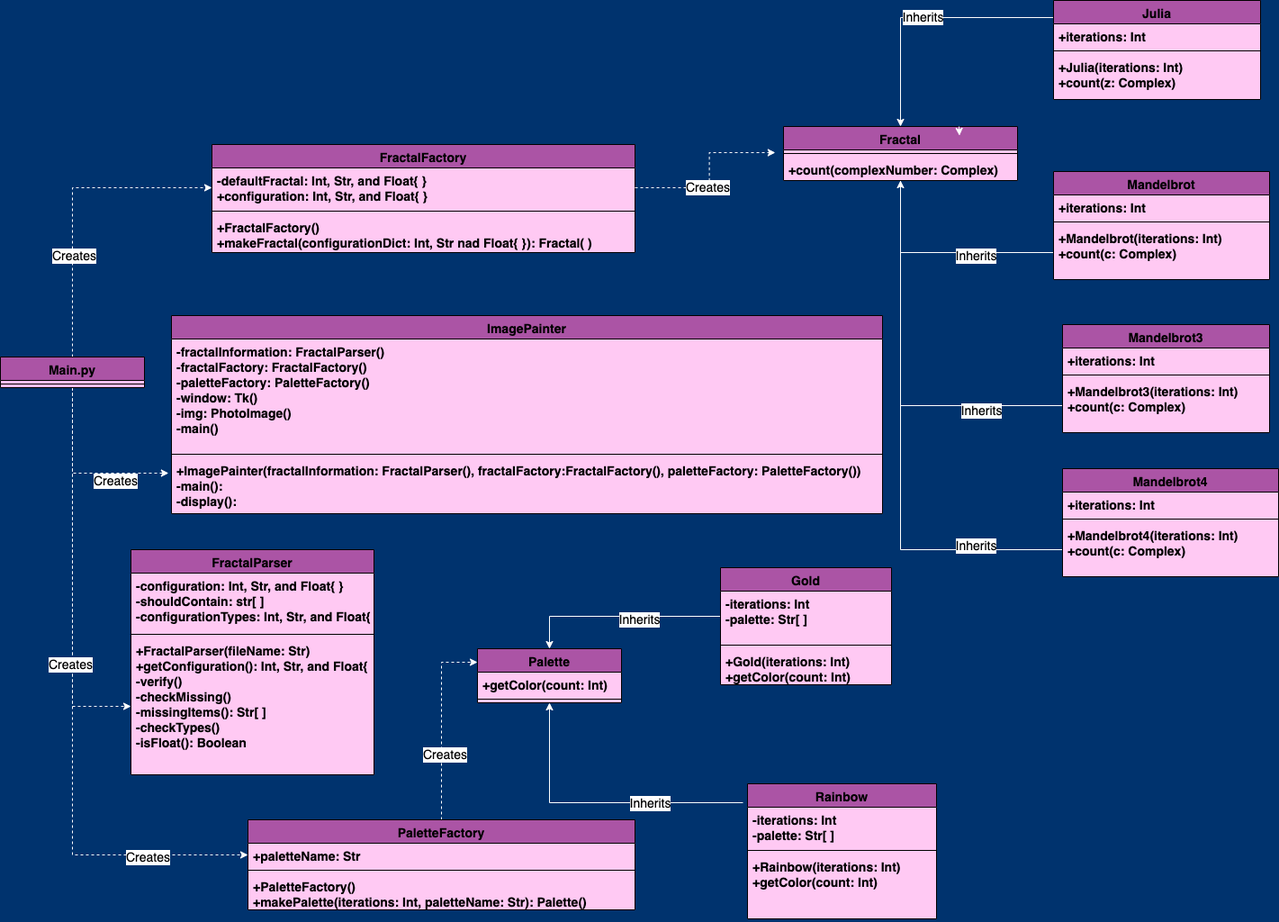
Earlier version of the draw.io export doc/phase_2_UML.png (gavin-robey/fractal_visualizer). Source tidied: cells renumbered, new cells last; positions are measured from the earlier drawing's top-left corner, leaving out a move shared by most shapes.
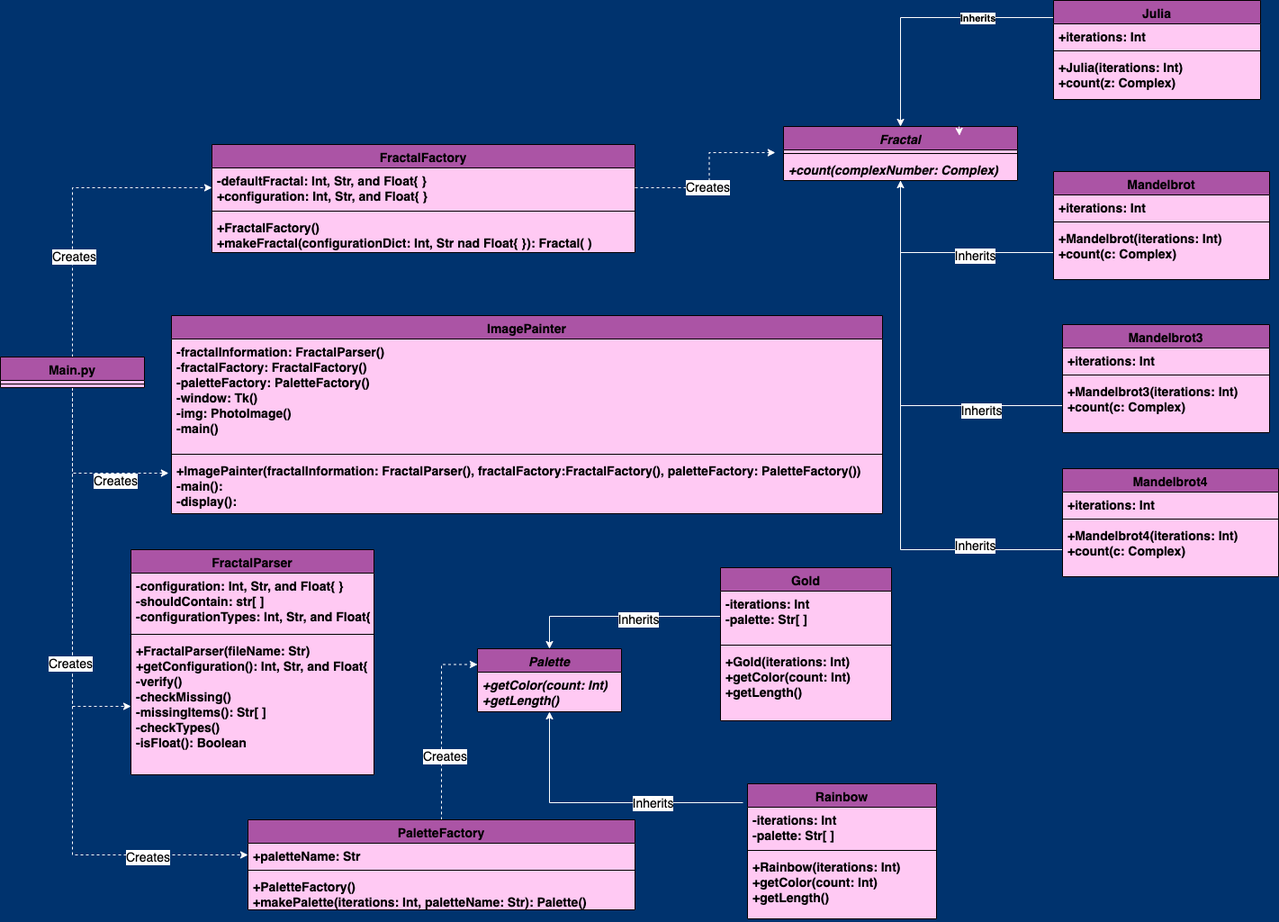
The same file after the commit.

Commit message:
Updated UML to reflect change

Diff of the diagram source:
```diff
@@ -92,9 +92,14 @@
     <mxCell id="29" value="+ImagePainter(fractalInformation: FractalParser(), fractalFactory:FractalFactory(), paletteFactory: PaletteFactory())&#10;-main():&#10;-display():" style="text;strokeColor=none;fillColor=none;align=left;verticalAlign=top;spacingLeft=4;spacingRight=4;overflow=hidden;points=[[0,0.5],[1,0.5]];portConstraint=eastwest;swimlaneFillColor=#FFC9F3;fontStyle=1;fontSize=14;" parent="26" vertex="1">
       <mxGeometry y="158" width="790" height="62" as="geometry" />
     </mxCell>
-    <mxCell id="30" value="Inherits" style="edgeStyle=orthogonalEdgeStyle;rounded=0;jettySize=auto;html=1;entryX=0.004;entryY=-0.269;entryDx=0;entryDy=0;entryPerimeter=0;fontSize=14;strokeColor=#FFFFFF;startArrow=classic;startFill=1;endArrow=none;endFill=0;" parent="1" edge="1" source="37" target="49">
+    <mxCell id="30" style="edgeStyle=orthogonalEdgeStyle;rounded=0;jettySize=auto;html=1;entryX=0.004;entryY=-0.269;entryDx=0;entryDy=0;entryPerimeter=0;fontSize=14;strokeColor=#FFFFFF;startArrow=classic;startFill=1;endArrow=none;endFill=0;" parent="1" edge="1" source="37" target="49">
       <mxGeometry relative="1" as="geometry" />
     </mxCell>
+    <mxCell id="74" value="&lt;b&gt;Inherits&lt;/b&gt;" style="edgeLabel;html=1;align=center;verticalAlign=middle;" parent="30" vertex="1">
+      <mxGeometry x="0.41" relative="1" as="geometry">
+        <mxPoint x="1" as="offset" />
+      </mxGeometry>
+    </mxCell>
     <mxCell id="31" style="edgeStyle=orthogonalEdgeStyle;rounded=0;jettySize=auto;html=1;fontSize=14;strokeColor=#FFFFFF;startArrow=classic;startFill=1;endArrow=none;endFill=0;" parent="1" edge="1" source="37" target="55">
       <mxGeometry relative="1" as="geometry" />
     </mxCell>
@@ -119,13 +124,13 @@
         <mxPoint x="-1" as="offset" />
       </mxGeometry>
     </mxCell>
-    <mxCell id="37" value="Fractal" style="swimlane;fontStyle=1;align=center;verticalAlign=top;horizontal=1;startSize=26;fillColor=#AB54A5;swimlaneFillColor=#FFC9F3;fontSize=14;" parent="1" vertex="1">
+    <mxCell id="37" value="Fractal" style="swimlane;fontStyle=3;align=center;verticalAlign=top;horizontal=1;startSize=26;fillColor=#AB54A5;swimlaneFillColor=#FFC9F3;fontSize=14;" parent="1" vertex="1">
       <mxGeometry x="870" y="140" width="260" height="60" as="geometry" />
     </mxCell>
     <mxCell id="38" style="line;strokeWidth=1;fillColor=none;align=left;verticalAlign=middle;spacingTop=-1;spacingLeft=3;spacingRight=3;labelPosition=right;swimlaneFillColor=#FFC9F3;fontStyle=1;fontSize=14;" parent="37" vertex="1">
       <mxGeometry y="26" width="260" height="8" as="geometry" />
     </mxCell>
-    <mxCell id="39" value="+count(complexNumber: Complex)" style="text;strokeColor=none;fillColor=none;align=left;verticalAlign=top;spacingLeft=4;spacingRight=4;overflow=hidden;points=[[0,0.5],[1,0.5]];portConstraint=eastwest;swimlaneFillColor=#FFC9F3;fontStyle=1;fontSize=14;" parent="37" vertex="1">
+    <mxCell id="39" value="+count(complexNumber: Complex)" style="text;strokeColor=none;fillColor=none;align=left;verticalAlign=top;spacingLeft=4;spacingRight=4;overflow=hidden;points=[[0,0.5],[1,0.5]];portConstraint=eastwest;swimlaneFillColor=#FFC9F3;fontStyle=3;fontSize=14;" parent="37" vertex="1">
       <mxGeometry y="34" width="260" height="26" as="geometry" />
     </mxCell>
     <mxCell id="40" style="edgeStyle=orthogonalEdgeStyle;rounded=0;jettySize=auto;html=1;fontSize=14;strokeColor=#FFFFFF;startArrow=classic;startFill=1;endArrow=none;endFill=0;" parent="1" edge="1" source="44" target="69">
@@ -142,15 +147,12 @@
     <mxCell id="43" value="Inherits" style="edgeLabel;html=1;align=center;verticalAlign=middle;fontSize=14;" parent="42" vertex="1">
       <mxGeometry x="0.36" relative="1" as="geometry" />
     </mxCell>
-    <mxCell id="44" value="Palette" style="swimlane;fontStyle=1;align=center;verticalAlign=top;horizontal=1;startSize=26;fillColor=#AB54A5;swimlaneFillColor=#FFC9F3;fontSize=14;" parent="1" vertex="1">
-      <mxGeometry x="530" y="720" width="160" height="60" as="geometry" />
+    <mxCell id="44" value="Palette" style="swimlane;fontStyle=3;align=center;verticalAlign=top;horizontal=1;startSize=26;fillColor=#AB54A5;swimlaneFillColor=#FFC9F3;fontSize=14;" parent="1" vertex="1">
+      <mxGeometry x="530" y="720" width="160" height="70" as="geometry" />
     </mxCell>
-    <mxCell id="45" value="+getColor(count: Int)" style="text;strokeColor=none;fillColor=none;align=left;verticalAlign=top;spacingLeft=4;spacingRight=4;overflow=hidden;swimlaneFillColor=#FFC9F3;fontStyle=1;fontSize=14;" parent="44" vertex="1">
-      <mxGeometry y="26" width="160" height="26" as="geometry" />
+    <mxCell id="45" value="+getColor(count: Int)&#10;+getLength()" style="text;strokeColor=none;fillColor=none;align=left;verticalAlign=top;spacingLeft=4;spacingRight=4;overflow=hidden;swimlaneFillColor=#FFC9F3;fontStyle=3;fontSize=14;" parent="44" vertex="1">
+      <mxGeometry y="26" width="160" height="44" as="geometry" />
     </mxCell>
-    <mxCell id="46" style="line;strokeWidth=1;fillColor=none;align=left;verticalAlign=middle;spacingTop=-1;spacingLeft=3;spacingRight=3;labelPosition=right;swimlaneFillColor=#FFC9F3;fontStyle=1;fontSize=14;" parent="44" vertex="1">
-      <mxGeometry y="52" width="160" height="8" as="geometry" />
-    </mxCell>
     <mxCell id="47" style="edgeStyle=orthogonalEdgeStyle;rounded=0;orthogonalLoop=1;jettySize=auto;html=1;exitX=0.75;exitY=0;exitDx=0;exitDy=0;entryX=0.752;entryY=0.167;entryDx=0;entryDy=0;entryPerimeter=0;dashed=1;strokeColor=#FFFFFF;fontStyle=1;fontSize=14;" parent="1" edge="1" source="37" target="37">
       <mxGeometry relative="1" as="geometry" />
     </mxCell>
@@ -211,11 +213,11 @@
     <mxCell id="66" style="line;strokeWidth=1;fillColor=none;align=left;verticalAlign=middle;spacingTop=-1;spacingLeft=3;spacingRight=3;labelPosition=right;swimlaneFillColor=#FFC9F3;fontStyle=1;fontSize=14;" parent="64" vertex="1">
       <mxGeometry y="70" width="210" height="8" as="geometry" />
     </mxCell>
-    <mxCell id="67" value="+Rainbow(iterations: Int)&#10;+getColor(count: Int)" style="text;strokeColor=none;fillColor=none;align=left;verticalAlign=top;spacingLeft=4;spacingRight=4;overflow=hidden;swimlaneFillColor=#FFC9F3;fontStyle=1;fontSize=14;" parent="64" vertex="1">
+    <mxCell id="67" value="+Rainbow(iterations: Int)&#10;+getColor(count: Int)&#10;+getLength()" style="text;strokeColor=none;fillColor=none;align=left;verticalAlign=top;spacingLeft=4;spacingRight=4;overflow=hidden;swimlaneFillColor=#FFC9F3;fontStyle=1;fontSize=14;" parent="64" vertex="1">
       <mxGeometry y="78" width="210" height="72" as="geometry" />
     </mxCell>
     <mxCell id="68" value="Gold" style="swimlane;fontStyle=1;align=center;verticalAlign=top;horizontal=1;startSize=26;fillColor=#AB54A5;swimlaneFillColor=#FFC9F3;fontSize=14;" parent="1" vertex="1">
-      <mxGeometry x="800" y="630" width="190" height="130" as="geometry" />
+      <mxGeometry x="800" y="630" width="190" height="170" as="geometry" />
     </mxCell>
     <mxCell id="69" value="-iterations: Int&#10;-palette: Str[ ]" style="text;strokeColor=none;fillColor=none;align=left;verticalAlign=top;spacingLeft=4;spacingRight=4;overflow=hidden;points=[[0,0.5],[1,0.5]];portConstraint=eastwest;swimlaneFillColor=#FFC9F3;fontStyle=1;fontSize=14;" parent="68" vertex="1">
       <mxGeometry y="26" width="190" height="56" as="geometry" />
@@ -223,8 +225,8 @@
     <mxCell id="70" style="line;strokeWidth=1;fillColor=none;align=left;verticalAlign=middle;spacingTop=-1;spacingLeft=3;spacingRight=3;labelPosition=right;swimlaneFillColor=#FFC9F3;fontStyle=1;fontSize=14;" parent="68" vertex="1">
       <mxGeometry y="82" width="190" height="8" as="geometry" />
     </mxCell>
-    <mxCell id="71" value="+Gold(iterations: Int)&#10;+getColor(count: Int)" style="text;strokeColor=none;fillColor=none;align=left;verticalAlign=top;spacingLeft=4;spacingRight=4;overflow=hidden;swimlaneFillColor=#FFC9F3;fontStyle=1;fontSize=14;" parent="68" vertex="1">
-      <mxGeometry y="90" width="190" height="40" as="geometry" />
+    <mxCell id="71" value="+Gold(iterations: Int)&#10;+getColor(count: Int)&#10;+getLength()" style="text;strokeColor=none;fillColor=none;align=left;verticalAlign=top;spacingLeft=4;spacingRight=4;overflow=hidden;swimlaneFillColor=#FFC9F3;fontStyle=1;fontSize=14;" parent="68" vertex="1">
+      <mxGeometry y="90" width="190" height="80" as="geometry" />
     </mxCell>
     <mxCell id="72" style="edgeStyle=orthogonalEdgeStyle;rounded=0;jettySize=auto;html=1;entryX=-0.035;entryY=-0.192;entryDx=0;entryDy=0;entryPerimeter=0;dashed=1;fontSize=14;strokeColor=#FFFFFF;" parent="1" edge="1" source="13" target="39">
       <mxGeometry relative="1" as="geometry" />
```
